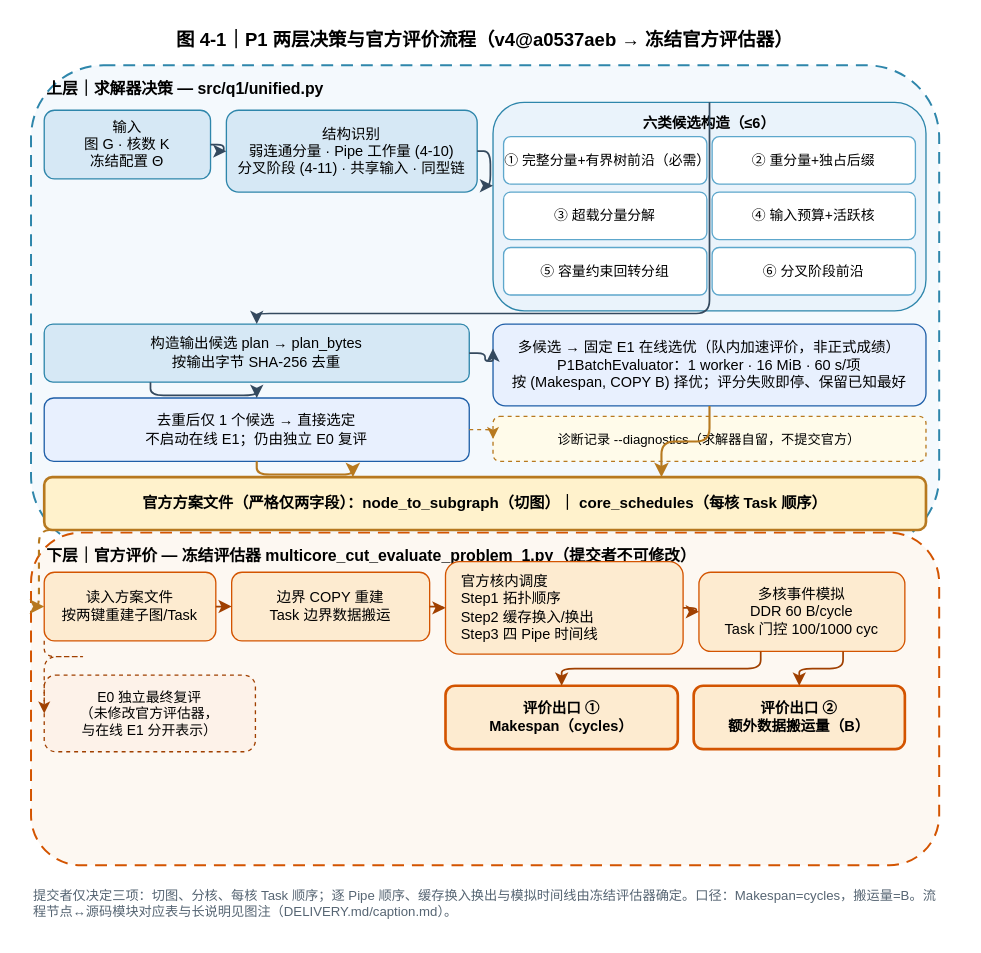
The draw.io diagram figures/a/jia-fig4-1-20260926/fig4-1-p1-two-layer-flow.drawio in Vioano/huaweicup2026, before the edit. Source tidied: cells renumbered, new cells numbered last; positions are measured from the earlier drawing's top-left corner, leaving out a move shared by most shapes. Both pictures are drawn from the tidied source at 132%, with x=0, y=0 at pixel (22, 22).
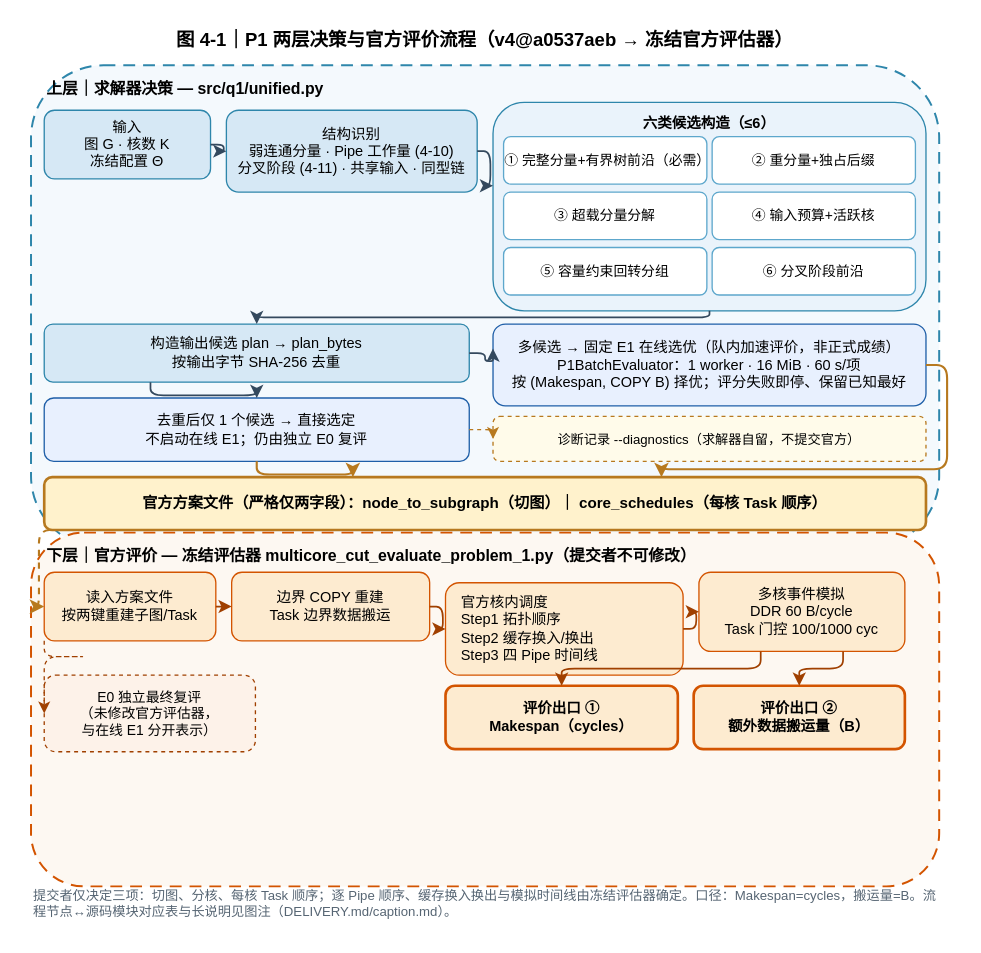
After the change.

Unchanged cells that the change refers to:
```xml
<mxCell id="6" value="六类候选构造（≤6）" style="rounded=1;whiteSpace=wrap;html=1;fillColor=#EAF3FB;strokeColor=#2E86AB;fontSize=11;fontStyle=1;fontFamily=Microsoft YaHei;verticalAlign=top;spacingTop=3;" parent="1" vertex="1">
  <mxGeometry x="356" y="60" width="328" height="158" as="geometry" />
</mxCell>
<mxCell id="13" value="构造输出候选 plan → plan_bytes&#10;按输出字节 SHA-256 去重" style="rounded=1;whiteSpace=wrap;html=1;fillColor=#D6E8F5;strokeColor=#2E86AB;fontSize=11;fontFamily=Microsoft YaHei;" parent="1" vertex="1">
  <mxGeometry x="16" y="228" width="322" height="44" as="geometry" />
</mxCell>
<mxCell id="15" value="多候选 → 固定 E1 在线选优（队内加速评价，非正式成绩）&#10;P1BatchEvaluator：1 worker · 16 MiB · 60 s/项&#10;按 (Makespan, COPY B) 择优；评分失败即停、保留已知最好" style="rounded=1;whiteSpace=wrap;html=1;fillColor=#E8F0FE;strokeColor=#1F5FA8;fontSize=11;fontFamily=Microsoft YaHei;" parent="1" vertex="1">
  <mxGeometry x="356" y="228" width="328" height="62" as="geometry" />
</mxCell>
<mxCell id="17" value="官方方案文件（严格仅两字段）：node_to_subgraph（切图）｜ core_schedules（每核 Task 顺序）" style="rounded=1;whiteSpace=wrap;html=1;fillColor=#FFF2CC;strokeColor=#B7791F;strokeWidth=2;fontSize=11.5;fontStyle=1;fontFamily=Microsoft YaHei;" parent="1" vertex="1">
  <mxGeometry x="16" y="344" width="668" height="40" as="geometry" />
</mxCell>
```

Change to the diagram source:
```diff
@@
     <mxCell id="18" value="下层｜官方评价 — 冻结评估器 multicore_cut_evaluate_problem_1.py（提交者不可修改）" style="rounded=1;whiteSpace=wrap;html=1;dashed=1;dashPattern=6 4;fillColor=#FDF8F2;strokeColor=#D35400;strokeWidth=1.5;fontSize=12;fontStyle=1;fontFamily=Microsoft YaHei;verticalAlign=top;align=left;spacingLeft=10;spacingTop=4;" parent="1" vertex="1">
-      <mxGeometry x="6" y="386" width="688" height="252" as="geometry" />
+      <mxGeometry x="6" y="386" width="688" height="268" as="geometry" />
     </mxCell>
@@
     <mxCell id="21" value="官方核内调度&#10;Step1 拓扑顺序&#10;Step2 缓存换入/换出&#10;Step3 四 Pipe 时间线" style="rounded=1;whiteSpace=wrap;html=1;fillColor=#FDEBD0;strokeColor=#D35400;fontSize=11;fontFamily=Microsoft YaHei;align=left;spacingLeft=10;" parent="1" vertex="1">
-      <mxGeometry x="320" y="408" width="180" height="70" as="geometry" />
+      <mxGeometry x="320" y="424" width="180" height="70" as="geometry" />
     </mxCell>
@@
-    <mxCell id="29" style="edgeStyle=orthogonalEdgeStyle;rounded=1;html=1;strokeColor=#34495E;strokeWidth=1.3;exitX=0.5;exitY=0;entryX=0.5;entryY=0;" parent="1" edge="1" source="6" target="13">
+    <mxCell id="29" style="edgeStyle=orthogonalEdgeStyle;rounded=1;html=1;strokeColor=#34495E;strokeWidth=1.3;exitX=0.5;exitY=1;entryX=0.5;entryY=0;" parent="1" edge="1" source="6" target="13">
       <mxGeometry relative="1" as="geometry">
         <Array as="points">
-          <mxPoint x="520" y="220" />
-          <mxPoint x="177" y="220" />
+          <mxPoint x="520" y="223" />
+          <mxPoint x="177" y="223" />
         </Array>
       </mxGeometry>
     </mxCell>
@@
-    <mxCell id="33" style="edgeStyle=orthogonalEdgeStyle;rounded=1;html=1;strokeColor=#B7791F;strokeWidth=1.6;exitX=0.5;exitY=1;entryX=0.7;entryY=0;" parent="1" edge="1" source="15" target="17">
-      <mxGeometry relative="1" as="geometry" />
+    <mxCell id="33" style="edgeStyle=orthogonalEdgeStyle;rounded=1;html=1;strokeColor=#B7791F;strokeWidth=1.6;exitX=1;exitY=0.5;entryX=0.7;entryY=0;" parent="1" edge="1" source="15" target="17">
+      <mxGeometry relative="1" as="geometry">
+        <Array as="points">
+          <mxPoint x="700" y="259" />
+          <mxPoint x="700" y="338" />
+          <mxPoint x="484" y="338" />
+        </Array>
+      </mxGeometry>
     </mxCell>
```
